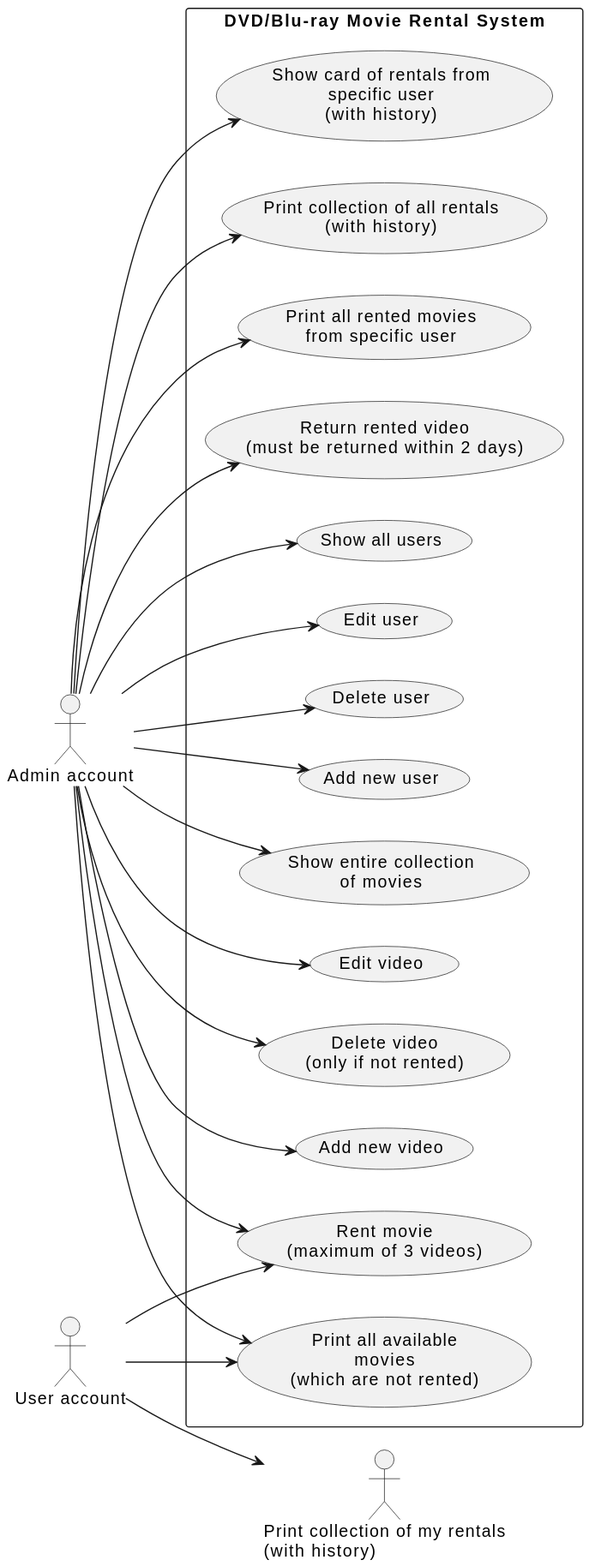
Before: assets/use-case.svg, a diagram exported from PlantUML (pkuszn/VideoRentalShopApp). The source it was exported from:
```plantuml
@startuml
left to right direction
skinparam packageStyle rectangle

rectangle "DVD/Blu-ray Movie Rental System" {
    usecase "Add new video"
    usecase "Delete video\n(only if not rented)"
    usecase "Edit video"
    usecase "Show entire collection\nof movies"
    usecase "Print all available\nmovies\n(which are not rented)"
    usecase "Add new user"
    usecase "Delete user"
    usecase "Edit user"
    usecase "Show all users"
    usecase "Rent movie\n(maximum of 3 videos)"
    usecase "Return rented video\n(must be returned within 2 days)"
    usecase "Print all rented movies\nfrom specific user"
    usecase "Print collection of all rentals\n(with history)"
    usecase "Show card of rentals from\nspecific user\n(with history)"
}


"Admin account" --> "Add new video"
"Admin account" --> "Delete video\n(only if not rented)"
"Admin account" --> "Edit video"
"Admin account" --> "Show entire collection\nof movies"
"Admin account" --> "Print all available\nmovies\n(which are not rented)"
"Admin account" --> "Add new user"
"Admin account" --> "Delete user"
"Admin account" --> "Edit user"
"Admin account" --> "Show all users"
"Admin account" --> "Rent movie\n(maximum of 3 videos)"
"Admin account" --> "Return rented video\n(must be returned within 2 days)"
"Admin account" --> "Print all rented movies\nfrom specific user"
"Admin account" --> "Print collection of all rentals\n(with history)"
"Admin account" --> "Show card of rentals from\nspecific user\n(with history)"

"User account" --> "Print all available\nmovies\n(which are not rented)"
"User account" --> "Print collection of my rentals\n(with history)"
"User account" --> "Rent movie\n(maximum of 3 videos)"
@enduml
```
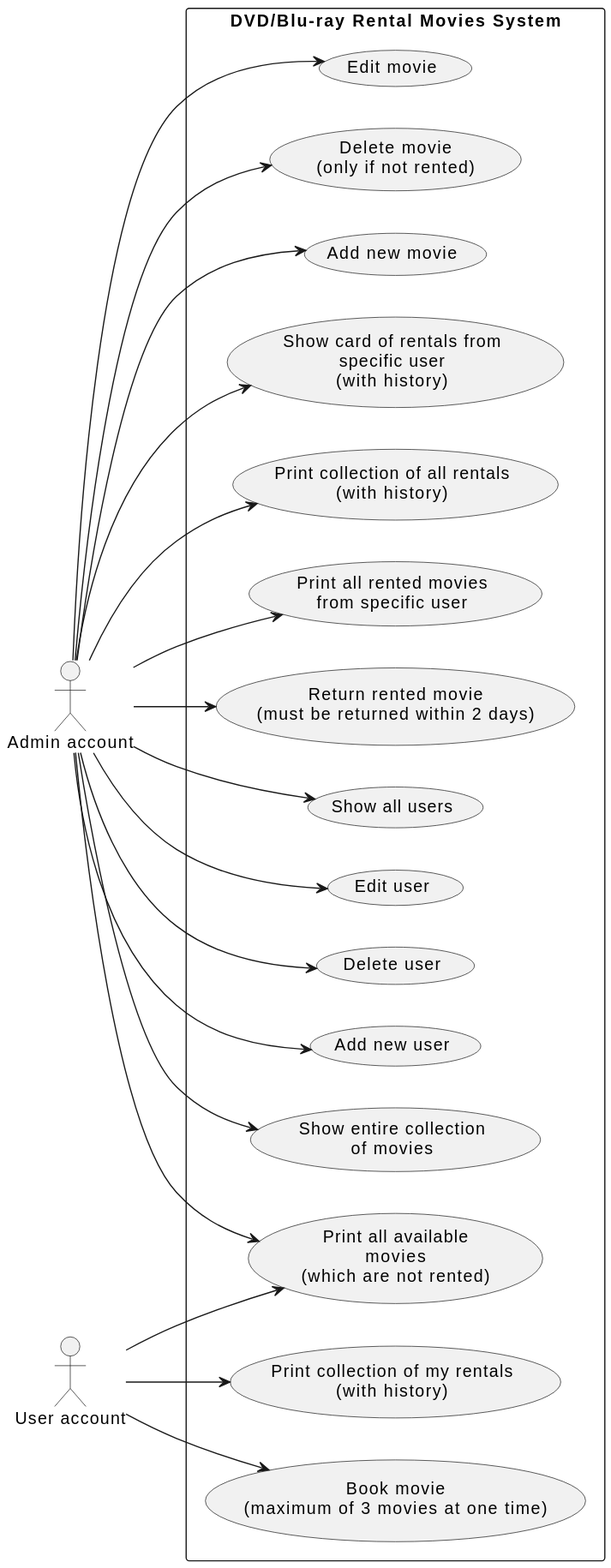
After the change.

Diff of the diagram source:
```diff
@@ -2,40 +2,39 @@
 left to right direction
 skinparam packageStyle rectangle
 
-rectangle "DVD/Blu-ray Movie Rental System" {
-    usecase "Add new video"
-    usecase "Delete video\n(only if not rented)"
-    usecase "Edit video"
+rectangle "DVD/Blu-ray Rental Movies System" {
+    usecase "Add new movie"
+    usecase "Delete movie\n(only if not rented)"
+    usecase "Edit movie"
     usecase "Show entire collection\nof movies"
     usecase "Print all available\nmovies\n(which are not rented)"
     usecase "Add new user"
     usecase "Delete user"
     usecase "Edit user"
     usecase "Show all users"
-    usecase "Rent movie\n(maximum of 3 videos)"
-    usecase "Return rented video\n(must be returned within 2 days)"
+    usecase "Book movie\n(maximum of 3 movies at one time)"
+    usecase "Return rented movie\n(must be returned within 2 days)"
     usecase "Print all rented movies\nfrom specific user"
     usecase "Print collection of all rentals\n(with history)"
     usecase "Show card of rentals from\nspecific user\n(with history)"
+    usecase "Print collection of my rentals\n(with history)"
 }
 
-
-"Admin account" --> "Add new video"
-"Admin account" --> "Delete video\n(only if not rented)"
-"Admin account" --> "Edit video"
+"Admin account" --> "Add new movie"
+"Admin account" --> "Delete movie\n(only if not rented)"
+"Admin account" --> "Edit movie"
 "Admin account" --> "Show entire collection\nof movies"
 "Admin account" --> "Print all available\nmovies\n(which are not rented)"
 "Admin account" --> "Add new user"
 "Admin account" --> "Delete user"
 "Admin account" --> "Edit user"
 "Admin account" --> "Show all users"
-"Admin account" --> "Rent movie\n(maximum of 3 videos)"
-"Admin account" --> "Return rented video\n(must be returned within 2 days)"
+"Admin account" --> "Return rented movie\n(must be returned within 2 days)"
 "Admin account" --> "Print all rented movies\nfrom specific user"
 "Admin account" --> "Print collection of all rentals\n(with history)"
 "Admin account" --> "Show card of rentals from\nspecific user\n(with history)"
 
 "User account" --> "Print all available\nmovies\n(which are not rented)"
 "User account" --> "Print collection of my rentals\n(with history)"
-"User account" --> "Rent movie\n(maximum of 3 videos)"
+"User account" --> "Book movie\n(maximum of 3 movies at one time)"
 @enduml
```
